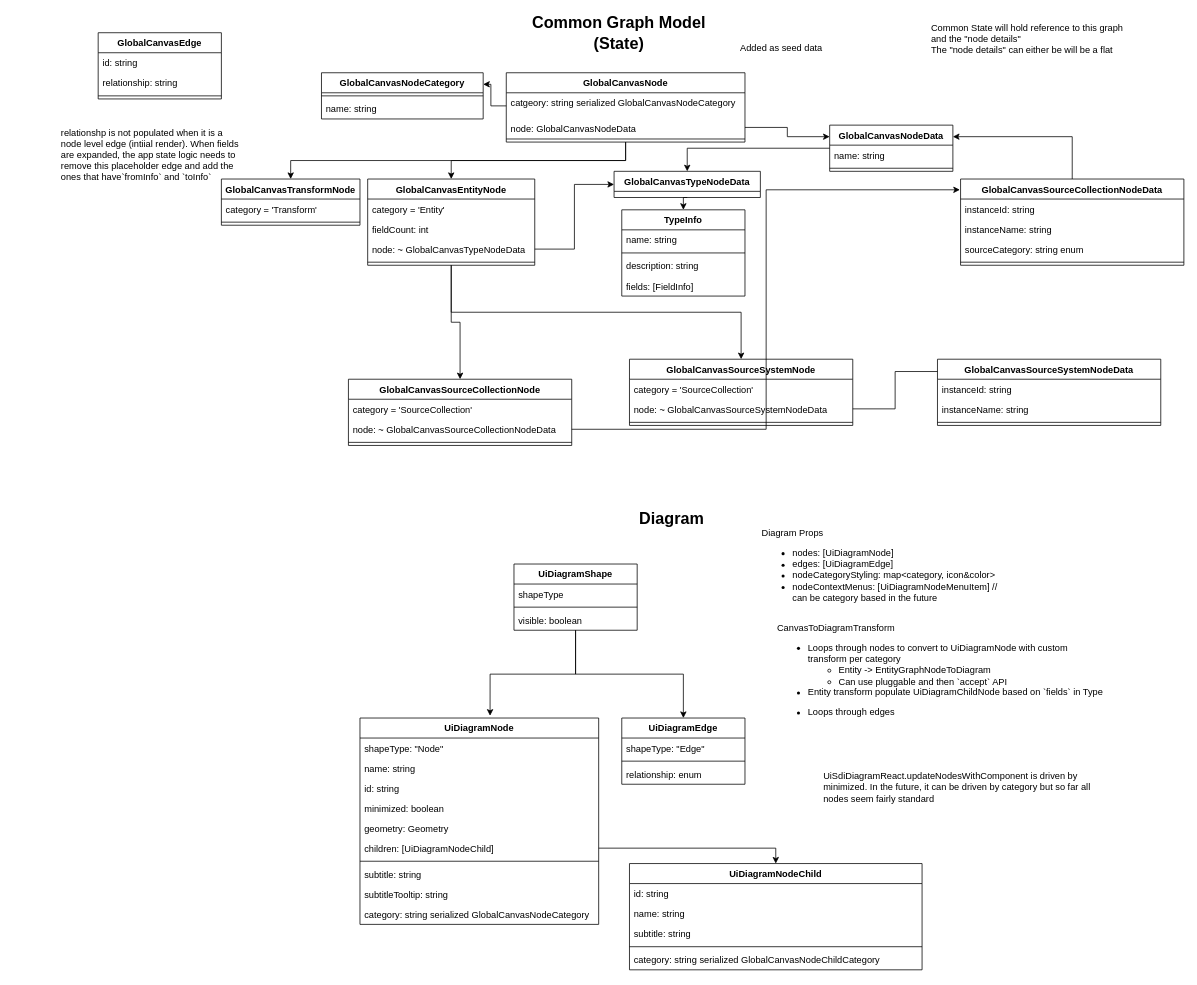
This is Untitled Diagram.drawio from c3-tiffanyhui/coursera, a draw.io file, before an edit. Source tidied: cells renumbered, new cells numbered last; positions are measured from the earlier drawing's top-left corner, leaving out a move shared by most shapes. Both pictures are drawn from the tidied source at 77%, with x=0, y=0 at pixel (59, 17).
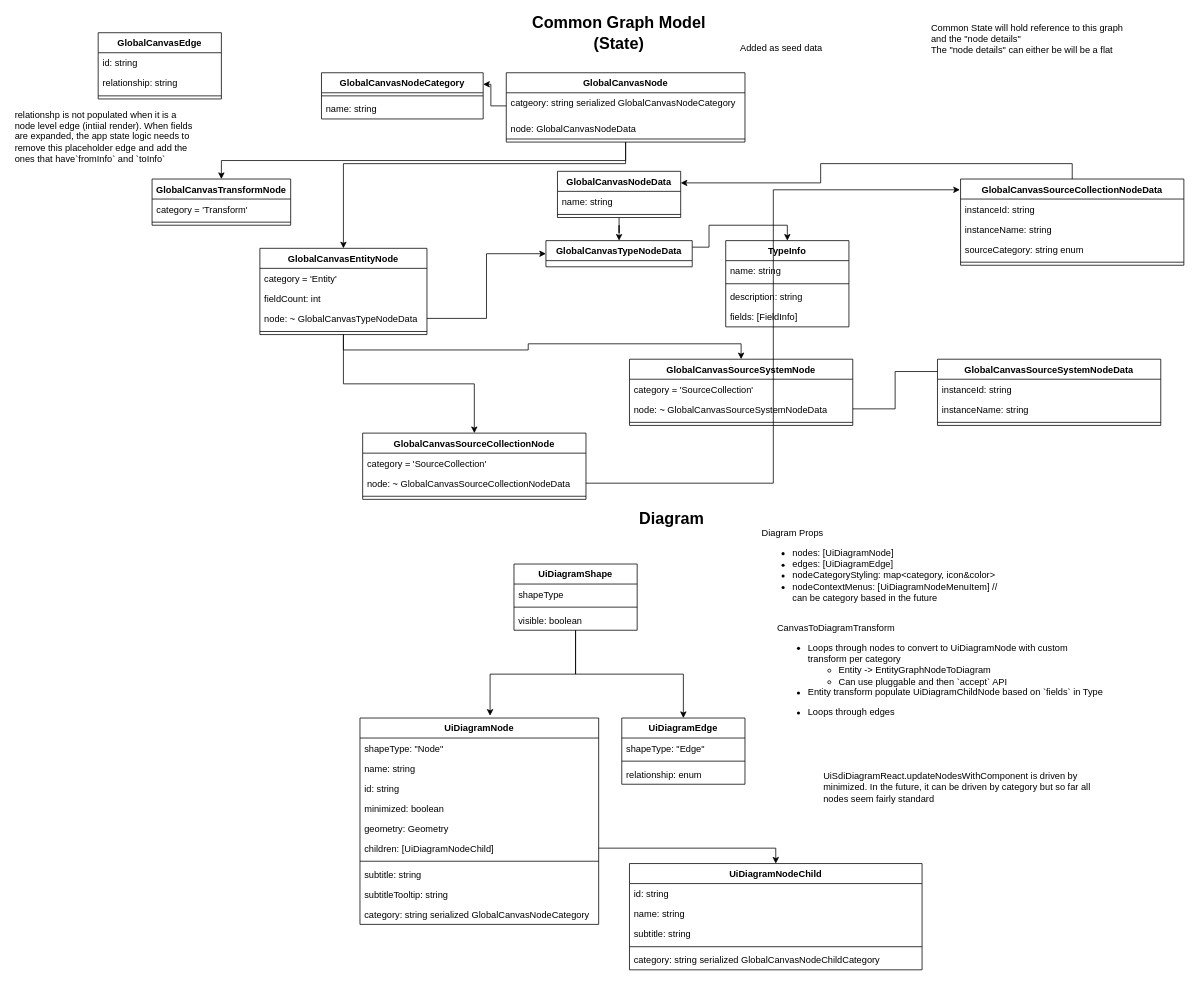
After the change.

The change refers to these unchanged cells:
```xml
<mxCell id="7" value="GlobalCanvasNode&#10;" style="swimlane;fontStyle=1;align=center;verticalAlign=top;horizontal=1;startSize=26;" parent="1" vertex="1">
  <mxGeometry x="580" y="72" width="310" height="90" as="geometry" />
</mxCell>
<mxCell id="9" value="node: GlobalCanvasNodeData" style="text;strokeColor=none;fillColor=none;align=left;verticalAlign=top;spacingLeft=4;spacingRight=4;overflow=hidden;points=[[0,0.5],[1,0.5]];portConstraint=eastwest;" parent="7" vertex="1">
  <mxGeometry y="60" width="310" height="22" as="geometry" />
</mxCell>
```

Change to the diagram source:
```diff
@@
     <mxCell id="5" style="edgeStyle=orthogonalEdgeStyle;rounded=0;jettySize=auto;html=1;exitX=0.5;exitY=1;exitDx=0;exitDy=0;entryX=0.5;entryY=0;entryDx=0;entryDy=0;fontSize=12;" parent="1" edge="1" source="7" target="18">
-      <mxGeometry relative="1" as="geometry" />
+      <mxGeometry relative="1" as="geometry">
+        <Array as="points">
+          <mxPoint x="735" y="190" />
+          <mxPoint x="369" y="190" />
+        </Array>
+      </mxGeometry>
     </mxCell>
@@
     <mxCell id="11" value="TypeInfo" style="swimlane;fontStyle=1;align=center;verticalAlign=top;horizontal=1;startSize=26;" parent="1" vertex="1">
-      <mxGeometry x="730" y="250" width="160" height="112" as="geometry" />
+      <mxGeometry x="865" y="290" width="160" height="112" as="geometry" />
     </mxCell>
@@
     <mxCell id="18" value="GlobalCanvasEntityNode" style="swimlane;fontStyle=1;align=center;verticalAlign=top;horizontal=1;startSize=26;" parent="1" vertex="1">
-      <mxGeometry x="400" y="210" width="217" height="112" as="geometry" />
+      <mxGeometry x="260" y="300" width="217" height="112" as="geometry" />
     </mxCell>
@@
     <mxCell id="23" value="GlobalCanvasSourceCollectionNode" style="swimlane;fontStyle=1;align=center;verticalAlign=top;horizontal=1;startSize=26;" parent="1" vertex="1">
-      <mxGeometry x="375" y="470" width="290" height="86" as="geometry" />
+      <mxGeometry x="393.5" y="540" width="290" height="86" as="geometry" />
     </mxCell>
@@
     <mxCell id="27" value="GlobalCanvasTransformNode" style="swimlane;fontStyle=1;align=center;verticalAlign=top;horizontal=1;startSize=26;" parent="1" vertex="1">
-      <mxGeometry x="210" y="210" width="180" height="60" as="geometry" />
+      <mxGeometry x="120" y="210" width="180" height="60" as="geometry" />
     </mxCell>
@@
     <mxCell id="72" value="relationshp is not populated when it is a node level edge (intiial render). When fields are expanded, the app state logic needs to remove this placeholder edge and add the ones that have`fromInfo` and `toInfo`" style="text;html=1;strokeColor=none;fillColor=none;align=left;verticalAlign=middle;whiteSpace=wrap;rounded=0;fontSize=12;" parent="1" vertex="1">
-      <mxGeometry y="124" width="240" height="110" as="geometry" />
+      <mxGeometry x="-60" y="100" width="240" height="110" as="geometry" />
     </mxCell>
@@
     <mxCell id="76" value="GlobalCanvasNodeData" style="swimlane;fontStyle=1;align=center;verticalAlign=top;horizontal=1;startSize=26;fontSize=12;" parent="1" vertex="1">
-      <mxGeometry x="1000" y="140" width="160" height="60" as="geometry" />
+      <mxGeometry x="646.5" y="200" width="160" height="60" as="geometry" />
     </mxCell>
@@
-    <mxCell id="79" style="edgeStyle=orthogonalEdgeStyle;rounded=0;jettySize=auto;html=1;exitX=1;exitY=0.5;exitDx=0;exitDy=0;entryX=0;entryY=0.25;entryDx=0;entryDy=0;fontSize=12;" parent="1" edge="1" source="9" target="76">
-      <mxGeometry relative="1" as="geometry" />
-    </mxCell>
-    <mxCell id="80" style="edgeStyle=orthogonalEdgeStyle;rounded=0;jettySize=auto;html=1;exitX=0.5;exitY=1;exitDx=0;exitDy=0;entryX=0.5;entryY=0;entryDx=0;entryDy=0;fontSize=12;" parent="1" edge="1" source="81" target="11">
+    <mxCell id="80" style="edgeStyle=orthogonalEdgeStyle;rounded=0;jettySize=auto;html=1;exitX=1;exitY=0.25;exitDx=0;exitDy=0;entryX=0.5;entryY=0;entryDx=0;entryDy=0;fontSize=12;" parent="1" edge="1" source="81" target="11">
       <mxGeometry relative="1" as="geometry" />
     </mxCell>
     <mxCell id="81" value="GlobalCanvasTypeNodeData" style="swimlane;fontStyle=1;align=center;verticalAlign=top;horizontal=1;startSize=26;fontSize=12;" parent="1" vertex="1">
-      <mxGeometry x="720" y="200" width="190" height="34" as="geometry" />
+      <mxGeometry x="631.5" y="290" width="190" height="34" as="geometry" />
     </mxCell>
```
